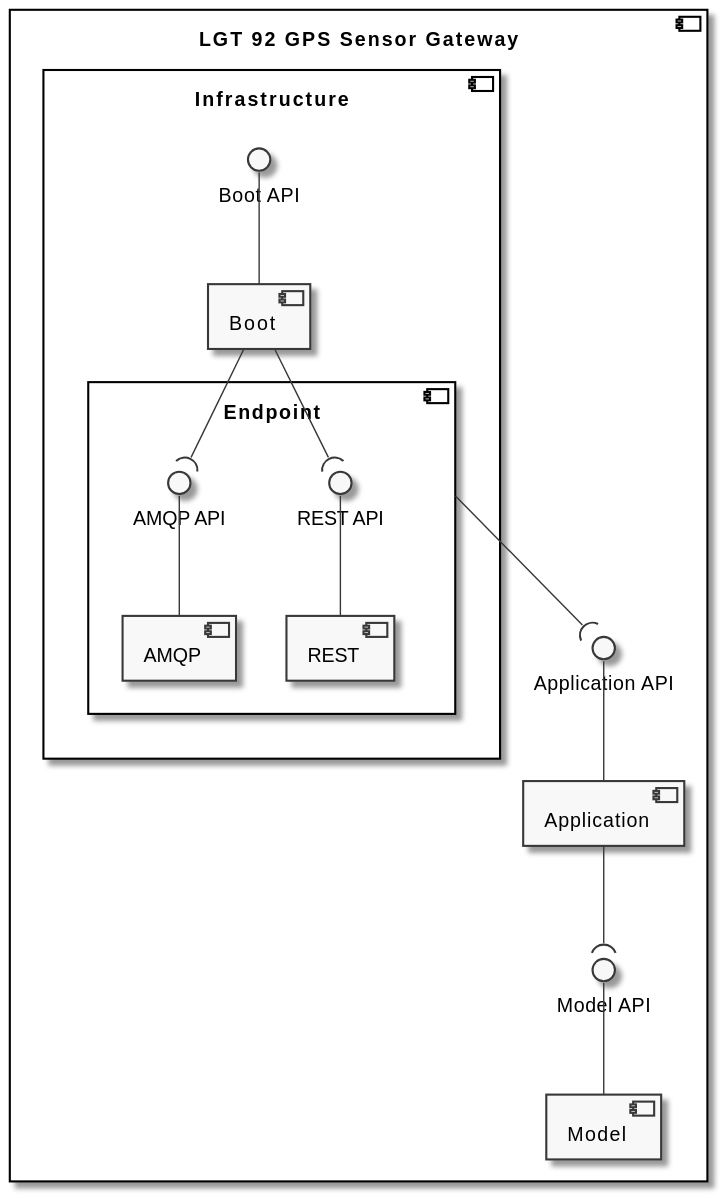
The PlantUML diagram docs/diagrams/logical-view-level3-lgt-92-gps-sensor-gateway.svg in FilipeMCruz/sensae-console, before a commit.
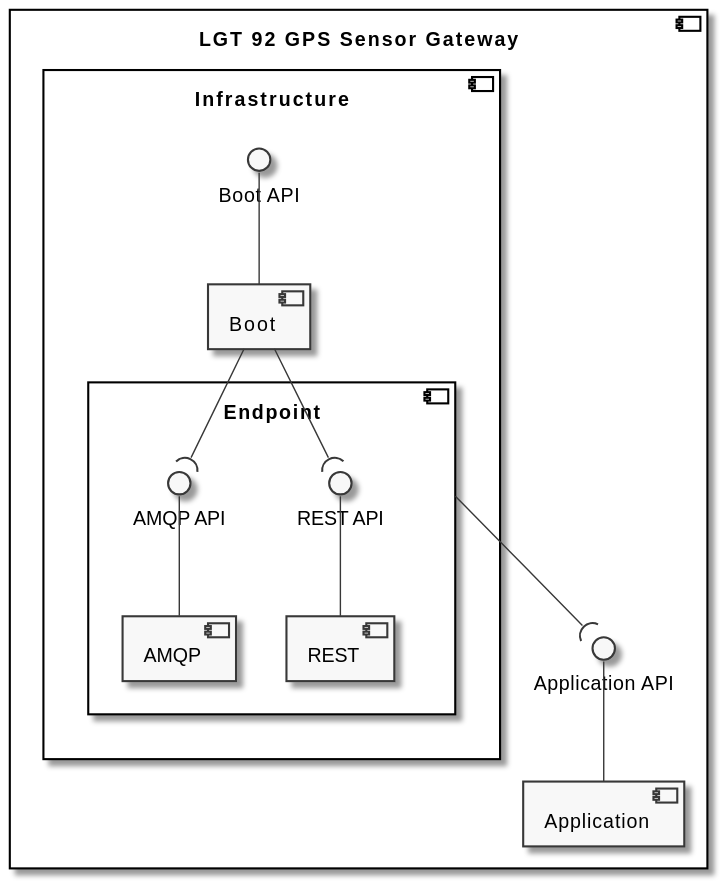
After the change.

Diff of the diagram source:
```diff
@@ -4,7 +4,6 @@
 
 component "LGT 92 GPS Sensor Gateway" {
     component "Application" as APP
-    component "Model" as MOD
     component "Infrastructure" as INFRA {
         component "Boot" as BOOT
         component "Endpoint" as ENDPOINT {
@@ -17,16 +16,13 @@
     }
 
     interface "Application API" as APP_API
-    interface "Model API" as MOD_API
 
     REST_API -- REST
     AMQP_API -- AMQP
 
     APP_API -- APP
     BOOT_API -- BOOT
-    MOD_API -- MOD
 
-    APP --( MOD_API
     BOOT --( REST_API
     BOOT --( AMQP_API
 
```
